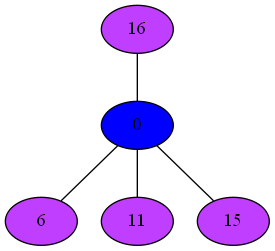
mbajaj92/Project-Astoria keeps this Graphviz diagram as Compiler/17iGraph.png. Above is the earlier version. Its source is kept beside it as Compiler/17iGraph.dot.
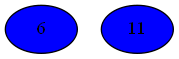
The same file after the commit.

Diff of the diagram source:
```diff
@@ -1,15 +1,4 @@
 strict graph {
-16[label="16" style=filled fillcolor="darkorchid1"];
-16 -- 0
-0[label="0" style=filled fillcolor="blue1"];
-0 -- 16
-0 -- 6
-0 -- 11
-0 -- 15
-6[label="6" style=filled fillcolor="darkorchid1"];
-6 -- 0
-11[label="11" style=filled fillcolor="darkorchid1"];
-11 -- 0
-15[label="15" style=filled fillcolor="darkorchid1"];
-15 -- 0
+6[label="6" style=filled fillcolor="blue1"];
+11[label="11" style=filled fillcolor="blue1"];
 }
```
